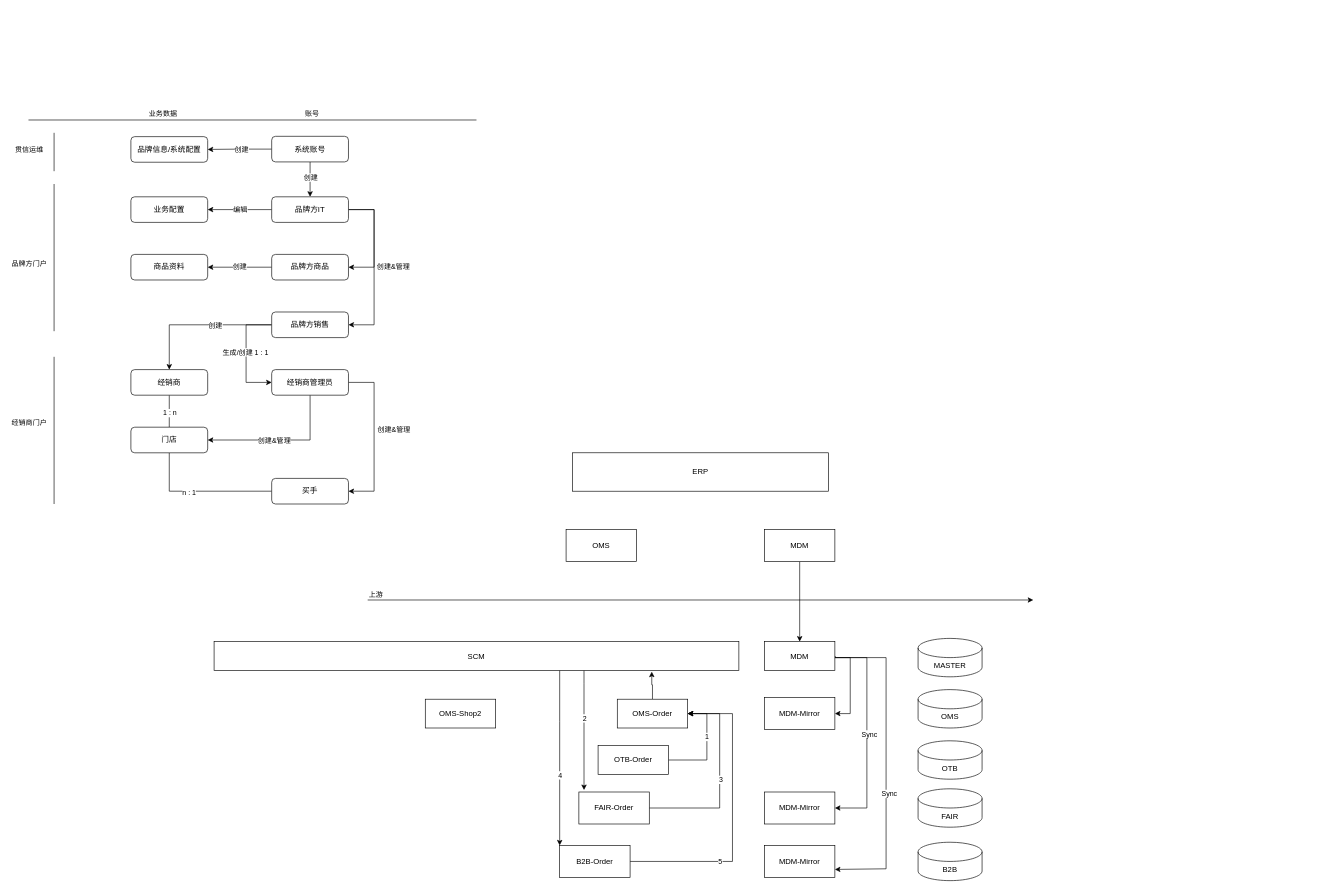
tianyaxiangdong/drawio keeps this draw.io diagram as 大系统架构-结构.drawio. Above is the earlier version. Source tidied: cells renumbered, new cells numbered last; positions are measured from the earlier drawing's top-left corner, leaving out a move shared by most shapes. Both pictures are drawn from the tidied source at 64%, with x=0, y=0 at pixel (28, 120).
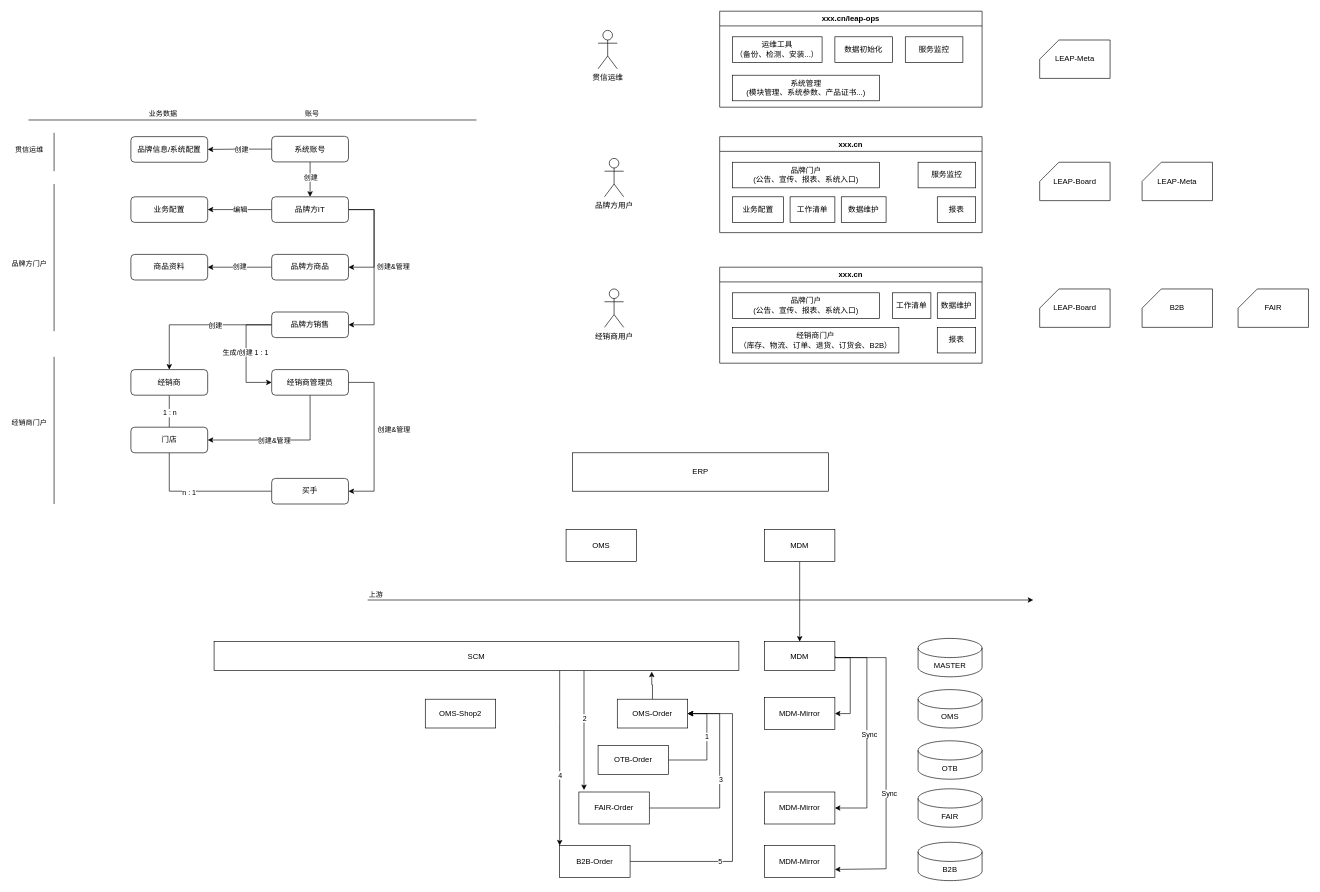
The same diagram, later.

Commit message (it also covers changes not shown here):
更新大系统架构-结构.drawio

The edit, as a diff of the source:
```diff
@@
+    <mxCell id="80" value="品牌方用户" style="shape=umlActor;verticalLabelPosition=bottom;verticalAlign=top;html=1;" parent="1" vertex="1">
+      <mxGeometry x="900" y="60" width="30" height="60" as="geometry" />
+    </mxCell>
+    <mxCell id="81" value="贯信运维" style="shape=umlActor;verticalLabelPosition=bottom;verticalAlign=top;html=1;" parent="1" vertex="1">
+      <mxGeometry x="890" y="-140" width="30" height="60" as="geometry" />
+    </mxCell>
+    <mxCell id="82" value="xxx.cn/leap-ops" style="swimlane;whiteSpace=wrap;html=1;" parent="1" vertex="1">
+      <mxGeometry x="1080" y="-170" width="410" height="150" as="geometry" />
+    </mxCell>
+    <mxCell id="83" value="服务监控" style="rounded=0;whiteSpace=wrap;html=1;" parent="82" vertex="1">
+      <mxGeometry x="290" y="40" width="90" height="40" as="geometry" />
+    </mxCell>
+    <mxCell id="84" value="运维工具&lt;br&gt;（备份、检测、安装...）" style="rounded=0;whiteSpace=wrap;html=1;" parent="82" vertex="1">
+      <mxGeometry x="20" y="40" width="140" height="40" as="geometry" />
+    </mxCell>
+    <mxCell id="85" value="系统管理&lt;br&gt;(模块管理、系统参数、产品证书...)" style="rounded=0;whiteSpace=wrap;html=1;" parent="82" vertex="1">
+      <mxGeometry x="20" y="100" width="230" height="40" as="geometry" />
+    </mxCell>
+    <mxCell id="86" value="数据初始化" style="rounded=0;whiteSpace=wrap;html=1;" parent="82" vertex="1">
+      <mxGeometry x="180" y="40" width="90" height="40" as="geometry" />
+    </mxCell>
+    <mxCell id="87" value="xxx.cn" style="swimlane;whiteSpace=wrap;html=1;" parent="1" vertex="1">
+      <mxGeometry x="1080" y="26" width="410" height="150" as="geometry" />
+    </mxCell>
+    <mxCell id="88" value="服务监控" style="rounded=0;whiteSpace=wrap;html=1;" parent="87" vertex="1">
+      <mxGeometry x="310" y="40" width="90" height="40" as="geometry" />
+    </mxCell>
+    <mxCell id="89" value="品牌门户&lt;br&gt;(公告、宣传、报表、系统入口)" style="rounded=0;whiteSpace=wrap;html=1;" parent="87" vertex="1">
+      <mxGeometry x="20" y="40" width="230" height="40" as="geometry" />
+    </mxCell>
+    <mxCell id="90" value="业务配置" style="rounded=0;whiteSpace=wrap;html=1;" parent="87" vertex="1">
+      <mxGeometry x="20" y="94" width="80" height="40" as="geometry" />
+    </mxCell>
+    <mxCell id="91" value="工作清单" style="rounded=0;whiteSpace=wrap;html=1;" parent="87" vertex="1">
+      <mxGeometry x="110" y="94" width="70" height="40" as="geometry" />
+    </mxCell>
+    <mxCell id="92" value="报表" style="rounded=0;whiteSpace=wrap;html=1;" parent="87" vertex="1">
+      <mxGeometry x="340" y="94" width="60" height="40" as="geometry" />
+    </mxCell>
+    <mxCell id="93" value="数据维护" style="rounded=0;whiteSpace=wrap;html=1;" parent="87" vertex="1">
+      <mxGeometry x="190" y="94" width="70" height="40" as="geometry" />
+    </mxCell>
+    <mxCell id="94" value="经销商用户" style="shape=umlActor;verticalLabelPosition=bottom;verticalAlign=top;html=1;" parent="1" vertex="1">
+      <mxGeometry x="900" y="264" width="30" height="60" as="geometry" />
+    </mxCell>
+    <mxCell id="95" value="xxx.cn" style="swimlane;whiteSpace=wrap;html=1;" parent="1" vertex="1">
+      <mxGeometry x="1080" y="230" width="410" height="150" as="geometry" />
+    </mxCell>
+    <mxCell id="96" value="品牌门户&lt;br&gt;(公告、宣传、报表、系统入口)" style="rounded=0;whiteSpace=wrap;html=1;" parent="95" vertex="1">
+      <mxGeometry x="20" y="40" width="230" height="40" as="geometry" />
+    </mxCell>
+    <mxCell id="97" value="工作清单" style="rounded=0;whiteSpace=wrap;html=1;" parent="95" vertex="1">
+      <mxGeometry x="270" y="40" width="60" height="40" as="geometry" />
+    </mxCell>
+    <mxCell id="98" value="报表" style="rounded=0;whiteSpace=wrap;html=1;" parent="95" vertex="1">
+      <mxGeometry x="340" y="94" width="60" height="40" as="geometry" />
+    </mxCell>
+    <mxCell id="99" value="经销商门户&lt;br&gt;（库存、物流、订单、退货、订货会、B2B）" style="rounded=0;whiteSpace=wrap;html=1;" parent="95" vertex="1">
+      <mxGeometry x="20" y="94" width="260" height="40" as="geometry" />
+    </mxCell>
+    <mxCell id="100" value="数据维护" style="rounded=0;whiteSpace=wrap;html=1;" parent="95" vertex="1">
+      <mxGeometry x="340" y="40" width="60" height="40" as="geometry" />
+    </mxCell>
+    <mxCell id="101" value="LEAP-Meta" style="shape=card;whiteSpace=wrap;html=1;" parent="1" vertex="1">
+      <mxGeometry x="1580" y="-125" width="110" height="60" as="geometry" />
+    </mxCell>
+    <mxCell id="102" value="LEAP-Board" style="shape=card;whiteSpace=wrap;html=1;" parent="1" vertex="1">
+      <mxGeometry x="1580" y="66" width="110" height="60" as="geometry" />
+    </mxCell>
+    <mxCell id="103" value="B2B" style="shape=card;whiteSpace=wrap;html=1;" parent="1" vertex="1">
+      <mxGeometry x="1740" y="264" width="110" height="60" as="geometry" />
+    </mxCell>
+    <mxCell id="104" value="FAIR" style="shape=card;whiteSpace=wrap;html=1;" parent="1" vertex="1">
+      <mxGeometry x="1890" y="264" width="110" height="60" as="geometry" />
+    </mxCell>
+    <mxCell id="105" value="LEAP-Meta" style="shape=card;whiteSpace=wrap;html=1;" parent="1" vertex="1">
+      <mxGeometry x="1740" y="66" width="110" height="60" as="geometry" />
+    </mxCell>
+    <mxCell id="106" value="LEAP-Board" style="shape=card;whiteSpace=wrap;html=1;" parent="1" vertex="1">
+      <mxGeometry x="1580" y="264" width="110" height="60" as="geometry" />
+    </mxCell>
```
